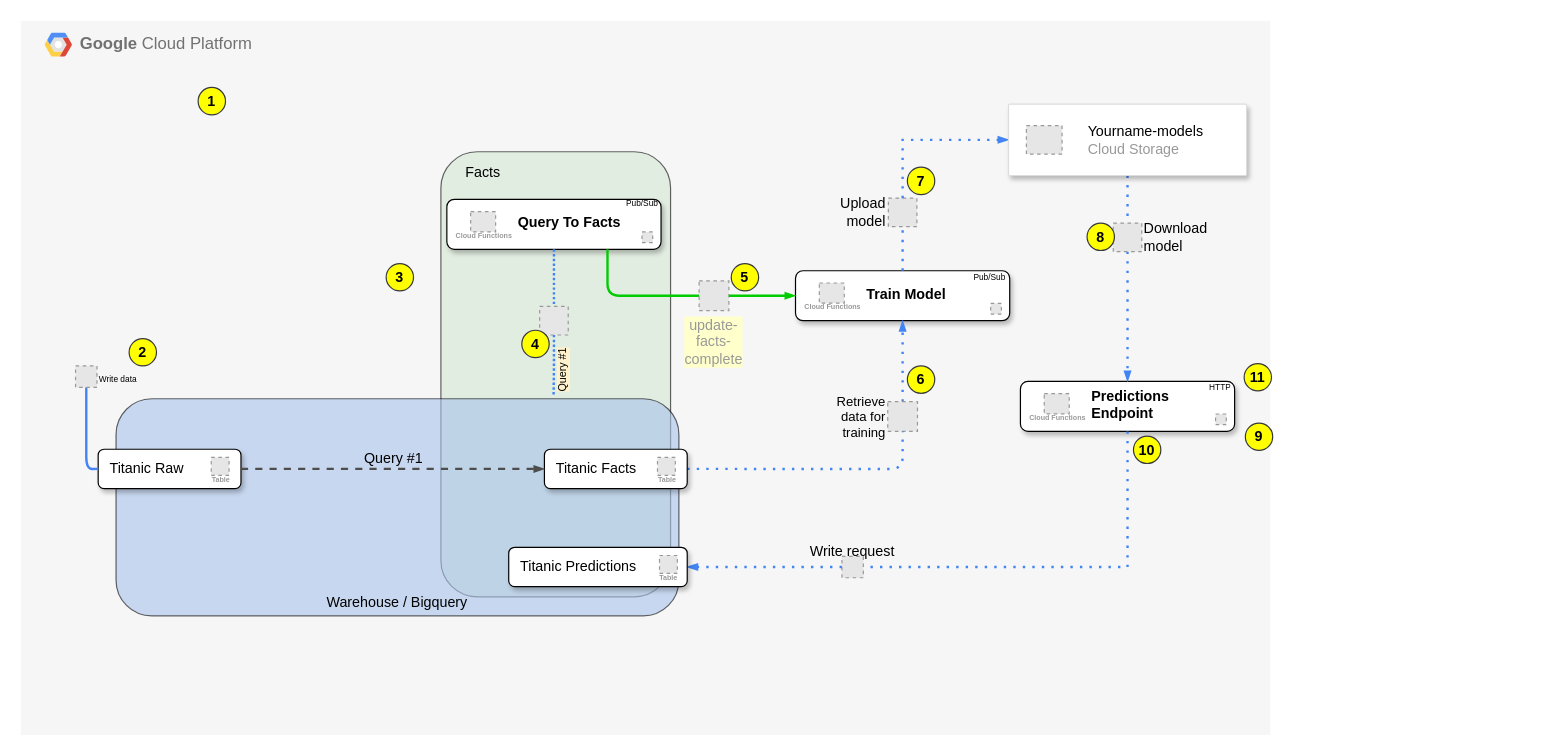
Before: page "Architecture" (1 of 4) of docs/content/exercises/simple_mlops/resources/architecture/architecture_v2.drawio in VascoPlancha/Hands-on-GCP-Closer-Academy, a draw.io diagram. Source tidied: cells renumbered, new cells numbered last; positions are measured from the earlier drawing's top-left corner, leaving out a move shared by most shapes. Both pictures are drawn from the tidied source at 119%, with x=0, y=0 at pixel (20, 20). Pictures stored in the file or linked from it are replaced by grey dashed boxes.
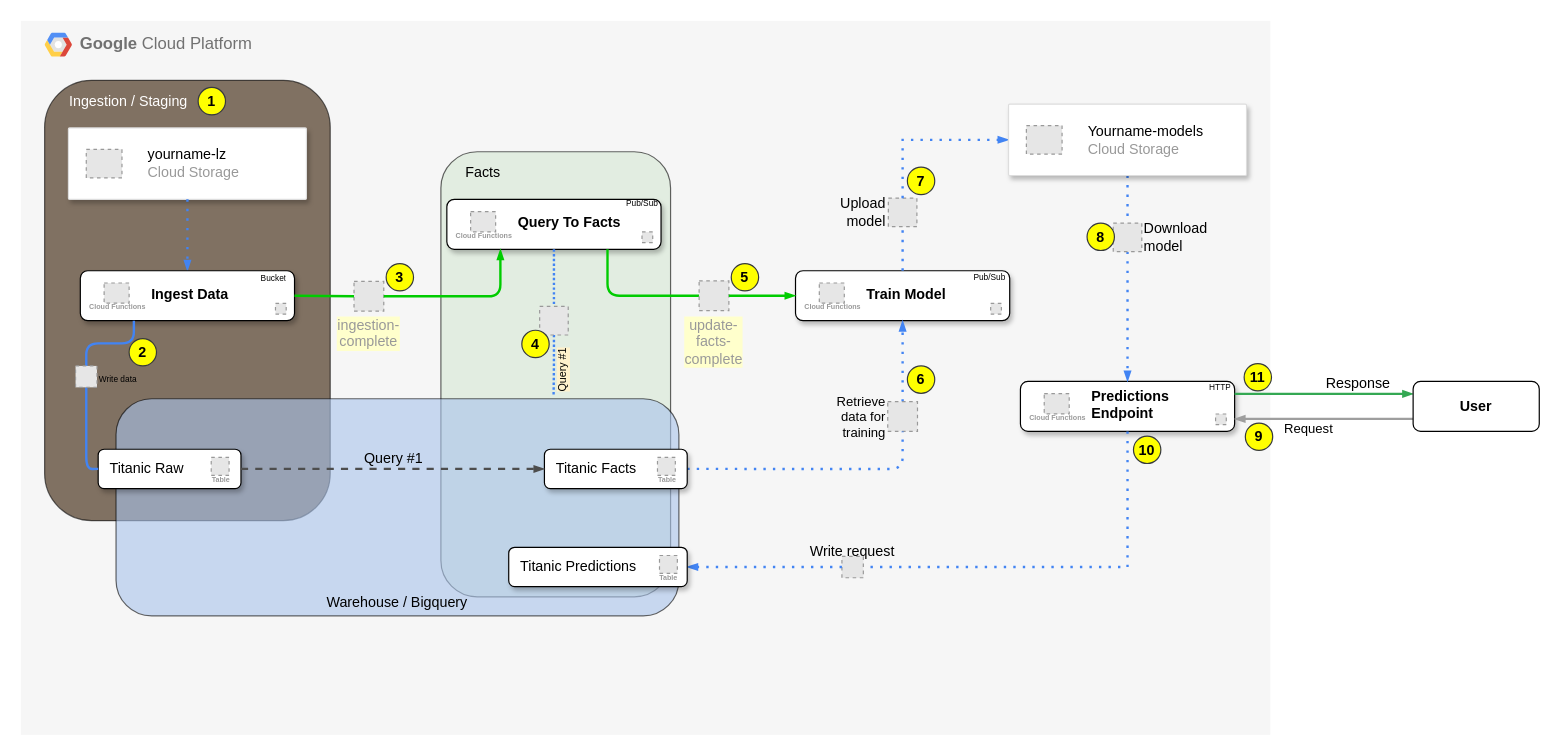
The same diagram, later.

The change refers to these unchanged cells:
```xml
<mxCell id="6" value="Query To Facts" style="group;fillColor=default;align=left;rounded=1;strokeColor=default;shadow=1;glass=0;spacingTop=-4;spacing=0;spacingLeft=60;spacingBottom=0;spacingRight=0;verticalAlign=middle;fontStyle=1;noLabel=0;" parent="4" vertex="1">
  <mxGeometry x="358" y="150" width="180" height="42" as="geometry" />
</mxCell>
<mxCell id="28" value="Predictions&#10;Endpoint" style="group;fillColor=default;align=left;rounded=1;strokeColor=default;shadow=1;glass=0;spacingTop=-4;spacing=0;spacingLeft=60;spacingBottom=0;spacingRight=0;verticalAlign=middle;fontStyle=1;noLabel=0;" parent="27" vertex="1">
  <mxGeometry x="840" y="303" width="180" height="42" as="geometry" />
</mxCell>
<mxCell id="44" value="Write data" style="fillColor=#E6E6E6;strokeColor=#999999;dashed=1;verticalLabelPosition=middle;labelBackgroundColor=none;verticalAlign=middle;fontFamily=Helvetica;fontSize=7;fontColor=default;spacingTop=0;labelPosition=right;align=left;spacingBottom=-5;" parent="39" vertex="1">
  <mxGeometry x="46" y="290" width="18" height="18" as="geometry" />
</mxCell>
```

What changed in the source:
```diff
@@
+    <mxCell id="64" parent="0" />
+    <mxCell id="65" value="Ingestion / Staging" style="rounded=1;absoluteArcSize=1;arcSize=79;html=1;strokeColor=default;shadow=0;fontSize=12;align=left;verticalAlign=top;spacing=10;spacingTop=-4;whiteSpace=wrap;fillColor=#331A00;glass=0;fontColor=#ffffff;perimeterSpacing=2;opacity=60;spacingLeft=11;" parent="64" vertex="1">
+      <mxGeometry x="20" y="50" width="240" height="370" as="geometry" />
+    </mxCell>
+    <mxCell id="66" style="strokeColor=#dddddd;shadow=1;strokeWidth=1;rounded=1;absoluteArcSize=1;arcSize=2;" parent="64" vertex="1">
+      <mxGeometry x="40" y="90" width="200" height="60" as="geometry" />
+    </mxCell>
+    <mxCell id="67" value="&lt;font color=&quot;#000000&quot;&gt;yourname-lz&lt;/font&gt;&lt;br&gt;Cloud Storage" style="fillColor=#E6E6E6;strokeColor=#999999;dashed=1;html=1;fontColor=#999999;verticalLabelPosition=middle;labelBackgroundColor=#ffffff;verticalAlign=middle;labelPosition=right;align=left;spacingLeft=20;" parent="66" vertex="1">
+      <mxGeometry width="30" height="24" relative="1" as="geometry">
+        <mxPoint x="15" y="18" as="offset" />
+      </mxGeometry>
+    </mxCell>
+    <mxCell id="68" style="edgeStyle=orthogonalEdgeStyle;fontSize=12;html=1;endArrow=blockThin;endFill=1;rounded=0;strokeWidth=2;endSize=4;startSize=4;dashed=1;dashPattern=1 3;strokeColor=#4284F3;exitX=0.5;exitY=1;exitDx=0;exitDy=0;entryX=0.5;entryY=0;entryDx=0;entryDy=0;" parent="64" edge="1" source="66" target="69">
+      <mxGeometry relative="1" as="geometry" />
+    </mxCell>
+    <mxCell id="69" value="Ingest Data" style="group;fillColor=default;align=left;rounded=1;strokeColor=default;shadow=1;glass=0;spacingTop=-4;spacing=0;spacingLeft=60;spacingBottom=0;spacingRight=0;verticalAlign=middle;fontStyle=1;noLabel=0;" parent="64" vertex="1">
+      <mxGeometry x="50" y="210" width="180" height="42" as="geometry" />
+    </mxCell>
+    <mxCell id="70" style="fillColor=#E6E6E6;strokeColor=#999999;dashed=1;verticalLabelPosition=bottom;labelBackgroundColor=default;verticalAlign=top;" parent="69" vertex="1">
+      <mxGeometry x="164" y="27.4" width="9" height="9" as="geometry" />
+    </mxCell>
+    <mxCell id="71" value="Cloud Functions" style="fillColor=#E6E6E6;strokeColor=#999999;dashed=1;verticalAlign=top;labelPosition=center;verticalLabelPosition=bottom;align=center;spacingTop=-6;fontSize=6;fontStyle=1;fontColor=#999999;html=1;" parent="69" vertex="1">
+      <mxGeometry x="20" y="10.3" width="21" height="17" as="geometry" />
+    </mxCell>
+    <mxCell id="72" style="edgeStyle=orthogonalEdgeStyle;fontSize=12;html=1;endArrow=none;endFill=0;rounded=1;strokeWidth=2;endSize=2;startSize=4;dashed=0;strokeColor=#4284F3;fontFamily=Helvetica;fontColor=default;exitX=0.5;exitY=0;exitDx=0;exitDy=0;entryX=0.25;entryY=1;entryDx=0;entryDy=0;" parent="64" edge="1" source="44" target="69">
+      <mxGeometry relative="1" as="geometry" />
+    </mxCell>
+    <mxCell id="73" value="ingestion-complete" style="fillColor=#E6E6E6;strokeColor=#999999;dashed=1;verticalLabelPosition=bottom;labelBackgroundColor=#FFFFCC;verticalAlign=top;align=center;spacingTop=0;fontColor=#999999;labelPosition=center;spacing=0;html=1;whiteSpace=wrap;" parent="64" vertex="1">
+      <mxGeometry x="280" y="219" width="25" height="25" as="geometry" />
+    </mxCell>
+    <mxCell id="74" style="edgeStyle=orthogonalEdgeStyle;fontSize=12;html=1;endArrow=none;endFill=0;rounded=1;strokeWidth=2;endSize=4;startSize=4;strokeColor=#00CC00;dashed=0;exitX=1;exitY=0.5;exitDx=0;exitDy=0;shadow=0;jumpSize=11;jumpStyle=gap;entryX=0;entryY=0.5;entryDx=0;entryDy=0;" parent="64" edge="1" source="69" target="73">
+      <mxGeometry relative="1" as="geometry" />
+    </mxCell>
+    <mxCell id="75" value="Bucket" style="text;strokeColor=none;fillColor=none;align=left;verticalAlign=middle;spacingLeft=4;spacingRight=4;overflow=hidden;whiteSpace=wrap;html=1;fontSize=7;" parent="64" vertex="1">
+      <mxGeometry x="196" y="210" width="32" height="13" as="geometry" />
+    </mxCell>
@@
+    <mxCell id="76" style="edgeStyle=orthogonalEdgeStyle;fontSize=12;html=1;endArrow=blockThin;endFill=1;strokeWidth=2;endSize=4;startSize=4;strokeColor=#00CC00;dashed=0;rounded=1;entryX=0.25;entryY=1;entryDx=0;entryDy=0;exitX=1;exitY=0.5;exitDx=0;exitDy=0;" parent="4" edge="1" source="73" target="6">
+      <mxGeometry relative="1" as="geometry" />
+    </mxCell>
@@
+    <mxCell id="77" parent="0" />
+    <mxCell id="78" style="edgeStyle=orthogonalEdgeStyle;fontSize=12;html=1;endArrow=blockThin;endFill=1;rounded=1;strokeWidth=2;endSize=4;startSize=4;dashed=0;strokeColor=#9E9E9E;entryX=1;entryY=0.75;entryDx=0;entryDy=0;exitX=0;exitY=0.75;exitDx=0;exitDy=0;" parent="77" edge="1" source="81" target="28">
+      <mxGeometry relative="1" as="geometry" />
+    </mxCell>
+    <mxCell id="79" value="Request" style="edgeLabel;html=1;align=left;verticalAlign=middle;labelPosition=center;verticalLabelPosition=bottom;textDirection=rtl;horizontal=1;spacing=0;spacingBottom=-15;labelBackgroundColor=none;" parent="78" vertex="1">
+      <mxGeometry x="-0.09" relative="1" as="geometry" />
+    </mxCell>
+    <mxCell id="80" value="Response" style="edgeStyle=orthogonalEdgeStyle;fontSize=12;html=1;endArrow=blockThin;endFill=1;rounded=1;strokeWidth=2;endSize=4;startSize=4;strokeColor=#34A853;dashed=0;entryX=0;entryY=0.25;entryDx=0;entryDy=0;exitX=1;exitY=0.25;exitDx=0;exitDy=0;labelPosition=center;verticalLabelPosition=top;align=left;verticalAlign=bottom;labelBackgroundColor=none;" parent="77" edge="1" source="28" target="81">
+      <mxGeometry relative="1" as="geometry" />
+    </mxCell>
+    <mxCell id="81" value="User" style="rounded=1;whiteSpace=wrap;html=1;fontStyle=1;align=center;textDirection=ltr;imageWidth=24;absoluteArcSize=0;" parent="77" vertex="1">
+      <mxGeometry x="1170" y="303" width="106" height="42" as="geometry" />
+    </mxCell>
```
